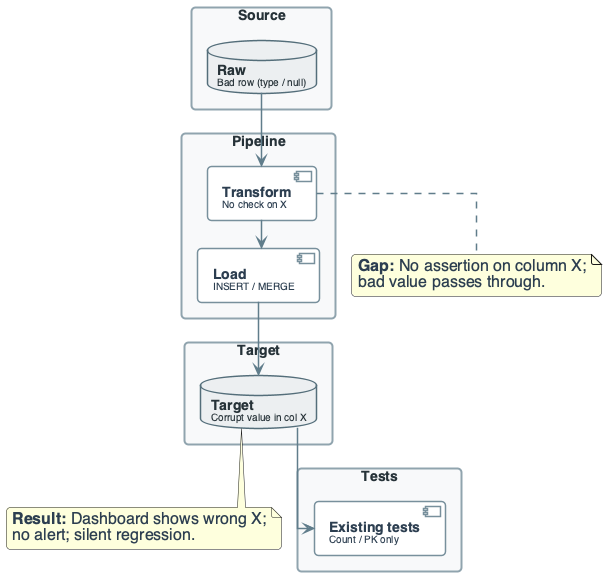
The PlantUML diagram diagrams/week13/week13_lecture_slide38_failure_silent_regression.png in OrPerets/data-engineering-course, before a commit. Its diagram source:
```plantuml
@startuml

top to bottom direction
skinparam linetype ortho
skinparam shadowing false
skinparam roundcorner 8
skinparam handwritten false
skinparam nodesep 24
skinparam ranksep 28

skinparam defaultFontName "Segoe UI, Helvetica, sans-serif"
skinparam defaultFontSize 16
skinparam defaultFontColor #2C3E50

skinparam rectangle {
    BackgroundColor #F8F9FA
    BorderColor #90A4AE
    BorderThickness 2
    FontColor #263238
    FontSize 14
    FontStyle bold
    Padding 20
}

skinparam component {
    BackgroundColor #FFFFFF
    BorderColor #78909C
    BorderThickness 1.5
    FontSize 14
    Padding 12
}

skinparam database {
    BackgroundColor #ECEFF1
    BorderColor #546E7A
    BorderThickness 1.5
    FontSize 14
    FontColor #263238
}

skinparam arrow {
    Color #607D8B
    Thickness 1.5
    FontSize 11
    FontColor #546E7A
}

skinparam component<<UI>> {
    BorderColor #8E24AA
    BackgroundColor #F3E5F5
    FontColor #4A148C
}

skinparam component<<Agent>> {
    BorderColor #0288D1
    BackgroundColor #E1F5FE
    FontColor #01579B
}

skinparam component<<Tool>> {
    BorderColor #2E7D32
    BackgroundColor #E8F5E9
    FontColor #1B5E20
}

skinparam component<<Config>> {
    BorderColor #F57C00
    BackgroundColor #FFF3E0
    FontColor #E65100
}

skinparam component<<Bad>> {
    BorderColor #C62828
    BackgroundColor #FFEBEE
    FontColor #B71C1C
}

skinparam component<<V1>> {
    BorderColor #F57C00
    BackgroundColor #FFF3E0
    FontColor #E65100
}

skinparam component<<V2>> {
    BorderColor #2E7D32
    BackgroundColor #E8F5E9
    FontColor #1B5E20
}

skinparam component<<up>> {
    BackgroundColor #E8F5E9
    BorderColor #2E7D32
}

skinparam component<<down>> {
    BackgroundColor #FFEBEE
    BorderColor #C62828
}

skinparam database<<up>> {
    BackgroundColor #E8F5E9
    BorderColor #2E7D32
}

skinparam database<<down>> {
    BackgroundColor #FFEBEE
    BorderColor #C62828
}

skinparam component<<success>> {
    BackgroundColor #E8F5E9
    BorderColor #2E7D32
}

skinparam component<<failure>> {
    BackgroundColor #FFEBEE
    BorderColor #C62828
}


rectangle "Source" #F8F9FA {
    database "**Raw**\n<size:10>Bad row (type / null)</size>" as RAW
}

rectangle "Pipeline" #F8F9FA {
    component "**Transform**\n<size:10>No check on X</size>" as T
    component "**Load**\n<size:10>INSERT / MERGE</size>" as L
}

rectangle "Tests" #F8F9FA {
    component "**Existing tests**\n<size:10>Count / PK only</size>" as TEST
}

rectangle "Target" #F8F9FA {
    database "**Target**\n<size:10>Corrupt value in col X</size>" as TGT
}

RAW --> T
T --> L
L --> TGT
TGT --> TEST

note bottom of T : **Gap:** No assertion on column X;\nbad value passes through.
note bottom of TGT : **Result:** Dashboard shows wrong X;\nno alert; silent regression.

@enduml
```
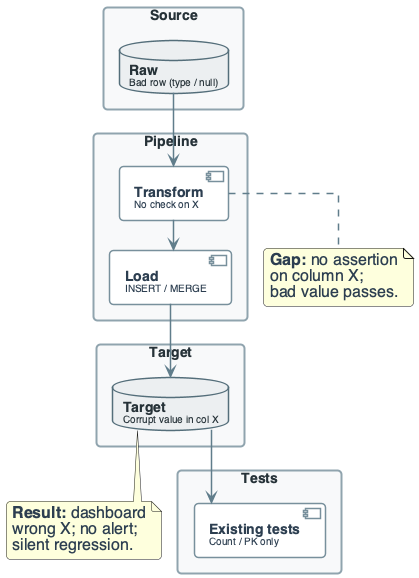
After the commit.

Diff of the diagram source:
```diff
@@ -140,7 +140,7 @@
 L --> TGT
 TGT --> TEST
 
-note bottom of T : **Gap:** No assertion on column X;\nbad value passes through.
-note bottom of TGT : **Result:** Dashboard shows wrong X;\nno alert; silent regression.
+note bottom of T : **Gap:** no assertion\non column X;\nbad value passes.
+note bottom of TGT : **Result:** dashboard\nwrong X; no alert;\nsilent regression.
 
 @enduml
```
